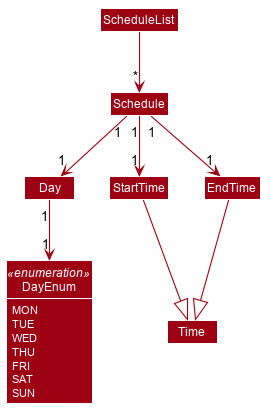
Before: docs/images/ScheduleClassDiagram.png, a diagram exported from PlantUML (nus-cs2103-AY1920S2/addressbook-level3). Source of this version:
```plantuml
@startuml








skinparam BackgroundColor #FFFFFFF

skinparam Shadowing false

skinparam Class {
    FontColor #FFFFFF
    BorderThickness 1
    BorderColor #FFFFFF
    StereotypeFontColor #FFFFFF
    FontName Arial
}

skinparam Actor {
    BorderColor #000000
    Color #000000
    FontName Arial
}

skinparam Sequence {
    MessageAlign center
    BoxFontSize 15
    BoxPadding 0
    BoxFontColor #FFFFFF
    FontName Arial
}

skinparam Participant {
    FontColor #FFFFFFF
    Padding 20
}

skinparam MinClassWidth 50
skinparam ParticipantPadding 10
skinparam Shadowing false
skinparam DefaultTextAlignment center
skinparam packageStyle Rectangle

hide footbox
hide members
hide circle
skinparam arrowThickness 1.1
skinparam arrowColor #9D0012
skinparam classBackgroundColor #9D0012
show DayEnum attributes
skinparam ClassAttributeFontColor #FFFFFF


enum DayEnum <<enumeration>> {
    MON
    TUE
    WED
    THU
    FRI
    SAT
    SUN
}

ScheduleList --> "*" Schedule

Schedule "1" --> "1" Day
Schedule "1" --> "1" StartTime
Schedule "1" --> "1" EndTime

Day "1" --> "1" DayEnum

StartTime --|> Time
EndTime --|> Time
@enduml
```
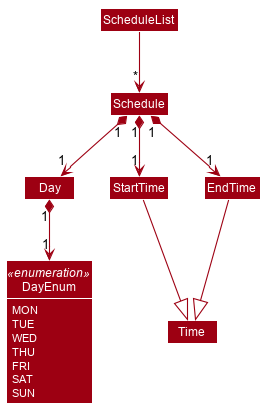
Later version of the same file.

The edit, as a diff of the source:
```diff
@@ -66,11 +66,11 @@
 
 ScheduleList --> "*" Schedule
 
-Schedule "1" --> "1" Day
-Schedule "1" --> "1" StartTime
-Schedule "1" --> "1" EndTime
+Schedule "1" *--> "1" Day
+Schedule "1" *--> "1" StartTime
+Schedule "1" *--> "1" EndTime
 
-Day "1" --> "1" DayEnum
+Day "1" *--> "1" DayEnum
 
 StartTime --|> Time
 EndTime --|> Time
```
